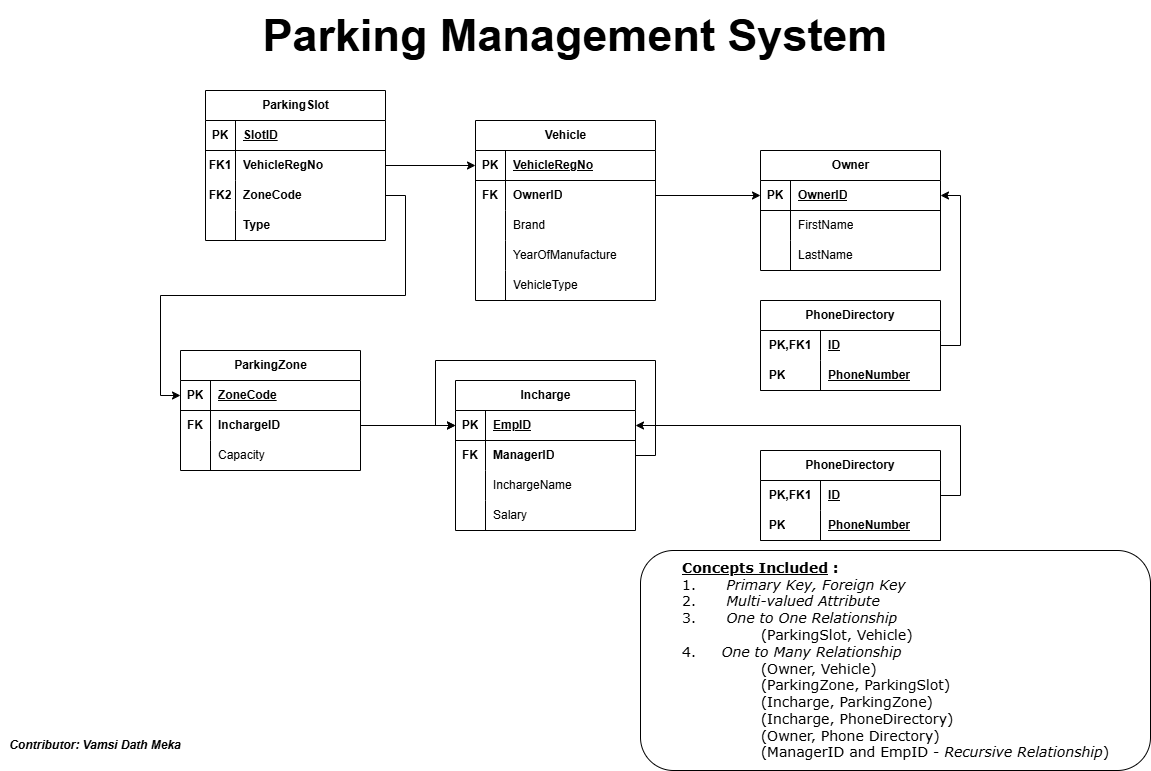
This is Relational_Schema.png from Vamsi-Dath/Parking_Management_System, a draw.io export, as it was before one commit. Source tidied: cells renumbered, new cells last; positions are measured from the earlier drawing's top-left corner, leaving out a move shared by most shapes.
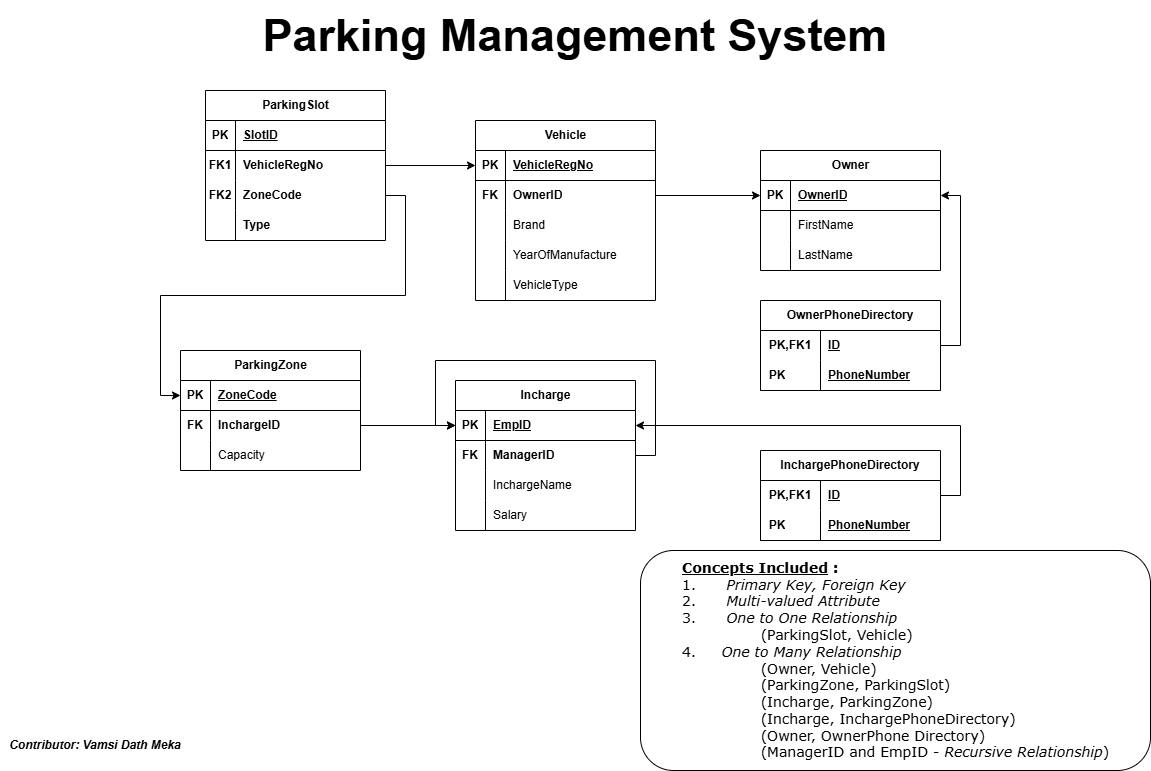
Above is the later version.

Commit message:
modified relational schema with added phone directories

What changed in the source:
```diff
@@ -213,7 +213,7 @@
     <mxCell id="69" value="&lt;b&gt;&lt;font style=&quot;font-size: 45px;&quot;&gt;Parking Management System&lt;/font&gt;&lt;/b&gt;" style="text;strokeColor=none;align=center;fillColor=none;html=1;verticalAlign=middle;whiteSpace=wrap;rounded=0;" parent="1" vertex="1">
       <mxGeometry x="235" width="680" height="70" as="geometry" />
     </mxCell>
-    <mxCell id="70" value="PhoneDirectory" style="shape=table;startSize=30;rowLines=0;fontStyle=1;align=center;html=1;whiteSpace=wrap;" parent="1" vertex="1">
+    <mxCell id="70" value="InchargePhoneDirectory" style="shape=table;startSize=30;rowLines=0;fontStyle=1;align=center;html=1;whiteSpace=wrap;" parent="1" vertex="1">
       <mxGeometry x="760" y="450" width="180" height="90" as="geometry" />
     </mxCell>
     <mxCell id="71" style="shape=tableRow;horizontal=0;startSize=0;swimlaneHead=0;swimlaneBody=0;fillColor=none;points=[[0,0.5],[1,0.5]];portConstraint=eastwest;top=0;left=0;right=0;bottom=0;html=1;" parent="70" vertex="1">
@@ -237,13 +237,13 @@
     <mxCell id="77" style="edgeStyle=orthogonalEdgeStyle;rounded=0;jettySize=auto;html=1;exitX=1;exitY=0.5;exitDx=0;exitDy=0;entryX=1;entryY=0.5;entryDx=0;entryDy=0;" parent="1" edge="1" source="71" target="14">
       <mxGeometry relative="1" as="geometry" />
     </mxCell>
-    <mxCell id="78" value="&lt;blockquote style=&quot;margin: 0 0 0 40px; border: none; padding: 0px;&quot;&gt;&lt;b style=&quot;font-size: 14px; background-color: initial;&quot;&gt;&lt;font face=&quot;Verdana&quot;&gt;&lt;u&gt;Concepts Included&lt;/u&gt; :&lt;/font&gt;&lt;/b&gt;&lt;font face=&quot;Verdana&quot;&gt;&lt;span style=&quot;font-size: 14px;&quot;&gt;&lt;b&gt;&lt;br&gt;&lt;/b&gt;&lt;/span&gt;&lt;/font&gt;&lt;span style=&quot;font-size: 14px; font-family: Verdana; background-color: initial;&quot;&gt;1.&lt;span style=&quot;white-space: pre;&quot;&gt;&#9;&lt;/span&gt; &lt;i&gt;Primary Key, Foreign Key&lt;/i&gt;&lt;br&gt;&lt;/span&gt;&lt;span style=&quot;font-size: 14px; font-family: Verdana; background-color: initial;&quot;&gt;2.&lt;span style=&quot;white-space: pre;&quot;&gt;&#9;&lt;/span&gt; &lt;i&gt;Multi-valued Attribute&lt;/i&gt;&lt;/span&gt;&lt;/blockquote&gt;&lt;blockquote style=&quot;margin: 0 0 0 40px; border: none; padding: 0px;&quot;&gt;&lt;span style=&quot;font-size: 14px; font-family: Verdana; background-color: initial;&quot;&gt;3.&lt;span style=&quot;white-space: pre;&quot;&gt;&#9;&lt;/span&gt; &lt;i&gt;One to One Relationship&lt;/i&gt;&lt;/span&gt;&lt;/blockquote&gt;&lt;blockquote style=&quot;margin: 0 0 0 40px; border: none; padding: 0px;&quot;&gt;&lt;span style=&quot;font-size: 14px; font-family: Verdana; background-color: initial;&quot;&gt;&lt;span style=&quot;white-space: pre;&quot;&gt;&#9;&lt;/span&gt;&lt;span style=&quot;white-space: pre;&quot;&gt;&#9;&lt;/span&gt;(ParkingSlot, Vehicle)&lt;br&gt;&lt;/span&gt;&lt;span style=&quot;font-size: 14px; font-family: Verdana; background-color: initial;&quot;&gt;4. &lt;span style=&quot;white-space: pre;&quot;&gt;&#9;&lt;/span&gt;&lt;i&gt;One to Many Relationship&lt;/i&gt;&lt;/span&gt;&lt;div style=&quot;&quot;&gt;&lt;font style=&quot;font-size: 14px;&quot; face=&quot;Verdana&quot;&gt;&lt;span style=&quot;white-space: pre;&quot;&gt;&#9;&lt;/span&gt;&lt;span style=&quot;white-space: pre;&quot;&gt;&#9;&lt;/span&gt;(Owner, Vehicle)&lt;/font&gt;&lt;/div&gt;&lt;div style=&quot;&quot;&gt;&lt;font style=&quot;font-size: 14px;&quot; face=&quot;Verdana&quot;&gt;&lt;span style=&quot;white-space: pre;&quot;&gt;&#9;&lt;/span&gt;&lt;span style=&quot;white-space: pre;&quot;&gt;&#9;&lt;/span&gt;(ParkingZone, ParkingSlot)&lt;/font&gt;&lt;/div&gt;&lt;div style=&quot;&quot;&gt;&lt;font style=&quot;font-size: 14px;&quot; face=&quot;Verdana&quot;&gt;&lt;span style=&quot;white-space: pre;&quot;&gt;&#9;&lt;/span&gt;&lt;span style=&quot;white-space: pre;&quot;&gt;&#9;&lt;/span&gt;(Incharge, ParkingZone)&lt;/font&gt;&lt;/div&gt;&lt;div style=&quot;&quot;&gt;&lt;font style=&quot;font-size: 14px;&quot; face=&quot;Verdana&quot;&gt;&lt;span style=&quot;white-space: pre;&quot;&gt;&#9;&lt;/span&gt;&lt;span style=&quot;white-space: pre;&quot;&gt;&#9;&lt;/span&gt;(Incharge, PhoneDirectory)&lt;/font&gt;&lt;/div&gt;&lt;div style=&quot;&quot;&gt;&lt;font style=&quot;font-size: 14px;&quot; face=&quot;Verdana&quot;&gt;&lt;span style=&quot;white-space: pre;&quot;&gt;&#9;&lt;/span&gt;&lt;span style=&quot;white-space: pre;&quot;&gt;&#9;&lt;/span&gt;(Owner, Phone Directory)&lt;/font&gt;&lt;/div&gt;&lt;div style=&quot;&quot;&gt;&lt;font style=&quot;font-size: 14px;&quot; face=&quot;Verdana&quot;&gt;&lt;span style=&quot;white-space: pre;&quot;&gt;&#9;&lt;/span&gt;&lt;span style=&quot;white-space: pre;&quot;&gt;&#9;&lt;/span&gt;(ManagerID and EmpID - &lt;i&gt;Recursive Relationship&lt;/i&gt;)&lt;/font&gt;&lt;/div&gt;&lt;/blockquote&gt;" style="rounded=1;whiteSpace=wrap;html=1;align=left;" parent="1" vertex="1">
+    <mxCell id="78" value="&lt;blockquote style=&quot;margin: 0 0 0 40px; border: none; padding: 0px;&quot;&gt;&lt;b style=&quot;font-size: 14px; background-color: initial;&quot;&gt;&lt;font face=&quot;Verdana&quot;&gt;&lt;u&gt;Concepts Included&lt;/u&gt; :&lt;/font&gt;&lt;/b&gt;&lt;font face=&quot;Verdana&quot;&gt;&lt;span style=&quot;font-size: 14px;&quot;&gt;&lt;b&gt;&lt;br&gt;&lt;/b&gt;&lt;/span&gt;&lt;/font&gt;&lt;span style=&quot;font-size: 14px; font-family: Verdana; background-color: initial;&quot;&gt;1.&lt;span style=&quot;white-space: pre;&quot;&gt;&#9;&lt;/span&gt; &lt;i&gt;Primary Key, Foreign Key&lt;/i&gt;&lt;br&gt;&lt;/span&gt;&lt;span style=&quot;font-size: 14px; font-family: Verdana; background-color: initial;&quot;&gt;2.&lt;span style=&quot;white-space: pre;&quot;&gt;&#9;&lt;/span&gt; &lt;i&gt;Multi-valued Attribute&lt;/i&gt;&lt;/span&gt;&lt;/blockquote&gt;&lt;blockquote style=&quot;margin: 0 0 0 40px; border: none; padding: 0px;&quot;&gt;&lt;span style=&quot;font-size: 14px; font-family: Verdana; background-color: initial;&quot;&gt;3.&lt;span style=&quot;white-space: pre;&quot;&gt;&#9;&lt;/span&gt; &lt;i&gt;One to One Relationship&lt;/i&gt;&lt;/span&gt;&lt;/blockquote&gt;&lt;blockquote style=&quot;margin: 0 0 0 40px; border: none; padding: 0px;&quot;&gt;&lt;span style=&quot;font-size: 14px; font-family: Verdana; background-color: initial;&quot;&gt;&lt;span style=&quot;white-space: pre;&quot;&gt;&#9;&lt;/span&gt;&lt;span style=&quot;white-space: pre;&quot;&gt;&#9;&lt;/span&gt;(ParkingSlot, Vehicle)&lt;br&gt;&lt;/span&gt;&lt;span style=&quot;font-size: 14px; font-family: Verdana; background-color: initial;&quot;&gt;4. &lt;span style=&quot;white-space: pre;&quot;&gt;&#9;&lt;/span&gt;&lt;i&gt;One to Many Relationship&lt;/i&gt;&lt;/span&gt;&lt;div style=&quot;&quot;&gt;&lt;font style=&quot;font-size: 14px;&quot; face=&quot;Verdana&quot;&gt;&lt;span style=&quot;white-space: pre;&quot;&gt;&#9;&lt;/span&gt;&lt;span style=&quot;white-space: pre;&quot;&gt;&#9;&lt;/span&gt;(Owner, Vehicle)&lt;/font&gt;&lt;/div&gt;&lt;div style=&quot;&quot;&gt;&lt;font style=&quot;font-size: 14px;&quot; face=&quot;Verdana&quot;&gt;&lt;span style=&quot;white-space: pre;&quot;&gt;&#9;&lt;/span&gt;&lt;span style=&quot;white-space: pre;&quot;&gt;&#9;&lt;/span&gt;(ParkingZone, ParkingSlot)&lt;/font&gt;&lt;/div&gt;&lt;div style=&quot;&quot;&gt;&lt;font style=&quot;font-size: 14px;&quot; face=&quot;Verdana&quot;&gt;&lt;span style=&quot;white-space: pre;&quot;&gt;&#9;&lt;/span&gt;&lt;span style=&quot;white-space: pre;&quot;&gt;&#9;&lt;/span&gt;(Incharge, ParkingZone)&lt;/font&gt;&lt;/div&gt;&lt;div style=&quot;&quot;&gt;&lt;font style=&quot;font-size: 14px;&quot; face=&quot;Verdana&quot;&gt;&lt;span style=&quot;white-space: pre;&quot;&gt;&#9;&lt;/span&gt;&lt;span style=&quot;white-space: pre;&quot;&gt;&#9;&lt;/span&gt;(Incharge, InchargePhoneDirectory)&lt;/font&gt;&lt;/div&gt;&lt;div style=&quot;&quot;&gt;&lt;font style=&quot;font-size: 14px;&quot; face=&quot;Verdana&quot;&gt;&lt;span style=&quot;white-space: pre;&quot;&gt;&#9;&lt;/span&gt;&lt;span style=&quot;white-space: pre;&quot;&gt;&#9;&lt;/span&gt;(Owner, OwnerPhone Directory)&lt;/font&gt;&lt;/div&gt;&lt;div style=&quot;&quot;&gt;&lt;font style=&quot;font-size: 14px;&quot; face=&quot;Verdana&quot;&gt;&lt;span style=&quot;white-space: pre;&quot;&gt;&#9;&lt;/span&gt;&lt;span style=&quot;white-space: pre;&quot;&gt;&#9;&lt;/span&gt;(ManagerID and EmpID - &lt;i&gt;Recursive Relationship&lt;/i&gt;)&lt;/font&gt;&lt;/div&gt;&lt;/blockquote&gt;" style="rounded=1;whiteSpace=wrap;html=1;align=left;" parent="1" vertex="1">
       <mxGeometry x="640" y="550" width="510" height="220" as="geometry" />
     </mxCell>
     <mxCell id="79" value="Contributor: Vamsi Dath Meka" style="text;strokeColor=none;align=center;fillColor=none;html=1;verticalAlign=middle;whiteSpace=wrap;rounded=0;fontStyle=3;" parent="1" vertex="1">
       <mxGeometry y="730" width="190" height="30" as="geometry" />
     </mxCell>
-    <mxCell id="80" value="PhoneDirectory" style="shape=table;startSize=30;rowLines=0;fontStyle=1;align=center;html=1;whiteSpace=wrap;" parent="1" vertex="1">
+    <mxCell id="80" value="OwnerPhoneDirectory" style="shape=table;startSize=30;rowLines=0;fontStyle=1;align=center;html=1;whiteSpace=wrap;" parent="1" vertex="1">
       <mxGeometry x="760" y="300" width="180" height="90" as="geometry" />
     </mxCell>
     <mxCell id="81" style="shape=tableRow;horizontal=0;startSize=0;swimlaneHead=0;swimlaneBody=0;fillColor=none;points=[[0,0.5],[1,0.5]];portConstraint=eastwest;top=0;left=0;right=0;bottom=0;html=1;" parent="80" vertex="1">
```
